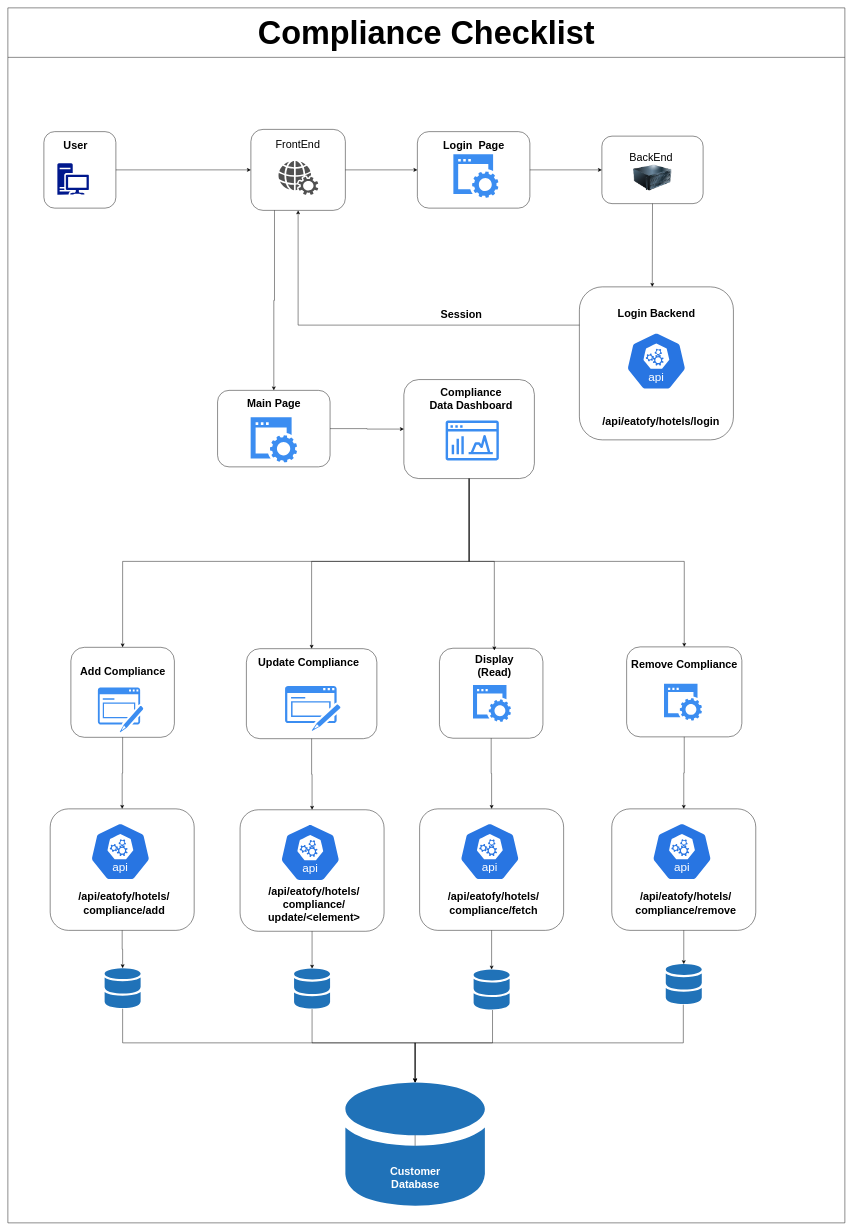
This is page "Compliance-Checklists" (14 of 15) of eatofy.drawio from appnichetechnologies/Eatofy-System-Design, a draw.io file, before an edit. Source tidied: cells renumbered, new cells numbered last; positions are measured from the earlier drawing's top-left corner, leaving out a move shared by most shapes. Both pictures are drawn from the tidied source at 45%, with x=0, y=0 at pixel (8, 8).
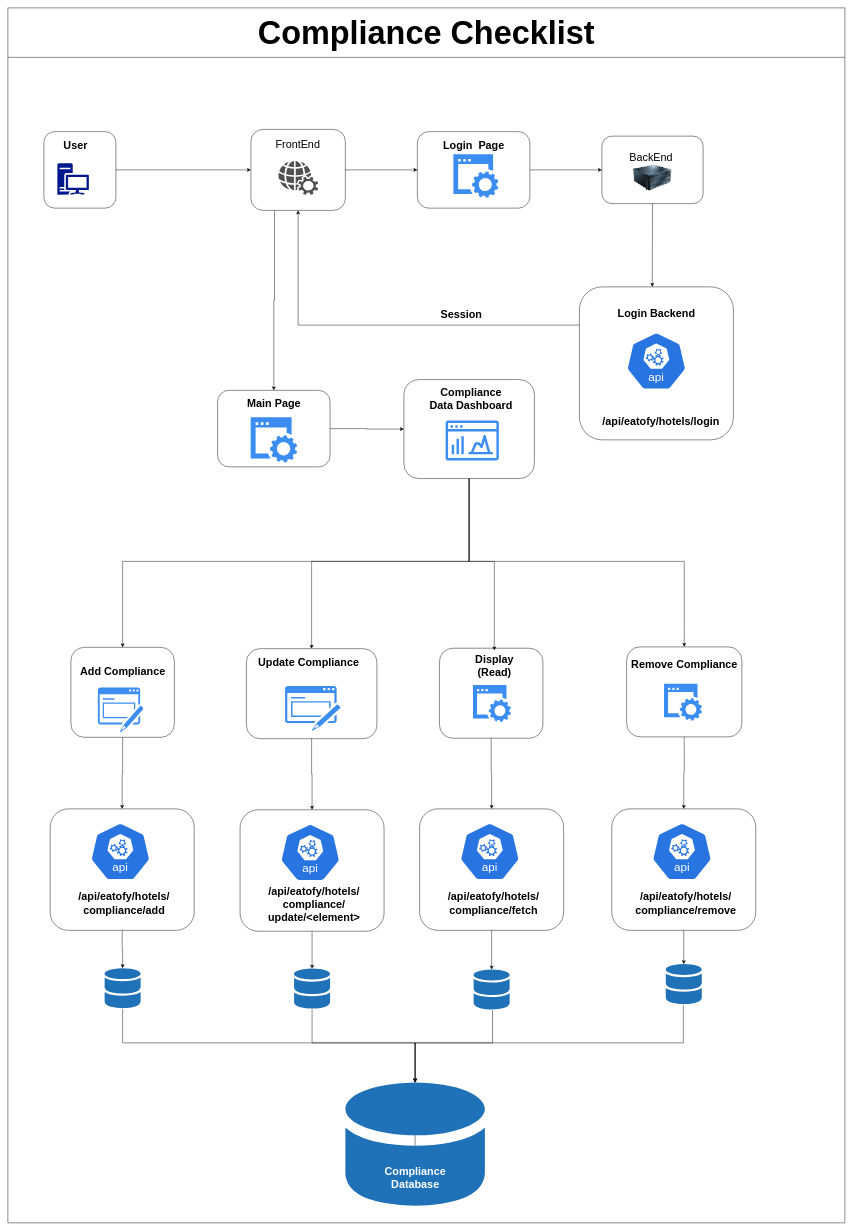
The same diagram, later.

What changed in the source:
```diff
@@
-    <mxCell id="51" value="&lt;div&gt;&lt;font color=&quot;#ffffff&quot; style=&quot;font-size: 24px;&quot;&gt;Customer&lt;br&gt;&lt;/font&gt;&lt;/div&gt;&lt;div&gt;&lt;font color=&quot;#ffffff&quot; style=&quot;font-size: 24px;&quot;&gt;Database&lt;/font&gt;&lt;/div&gt;" style="text;strokeColor=none;fillColor=none;html=1;fontSize=24;fontStyle=1;verticalAlign=middle;align=center;" parent="1" vertex="1">
+    <mxCell id="51" value="&lt;div&gt;&lt;font color=&quot;#ffffff&quot; style=&quot;font-size: 24px;&quot;&gt;Compliance&lt;br&gt;&lt;/font&gt;&lt;/div&gt;&lt;div&gt;&lt;font color=&quot;#ffffff&quot; style=&quot;font-size: 24px;&quot;&gt;Database&lt;/font&gt;&lt;/div&gt;" style="text;strokeColor=none;fillColor=none;html=1;fontSize=24;fontStyle=1;verticalAlign=middle;align=center;" parent="1" vertex="1">
       <mxGeometry x="730" y="2540" width="350" height="120" as="geometry" />
     </mxCell>
```
